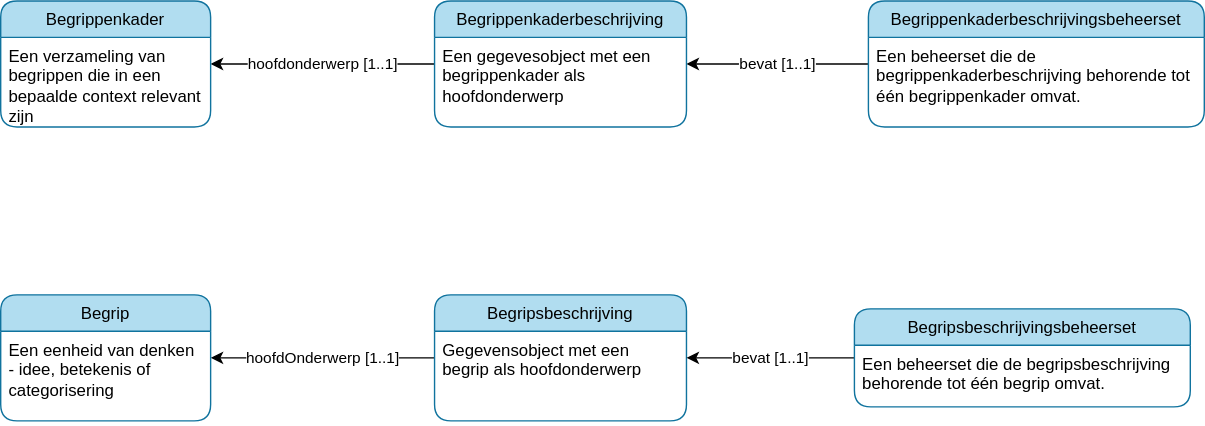
Earlier version of the draw.io export sessies/metadata/versiebeheer/media/versiebeheer.begripsbeschrijving.svg (pldn/nederlands-profiel-voor-stelselcatalogi). Source tidied: cells renumbered, new cells last; positions are measured from the earlier drawing's top-left corner, leaving out a move shared by most shapes.
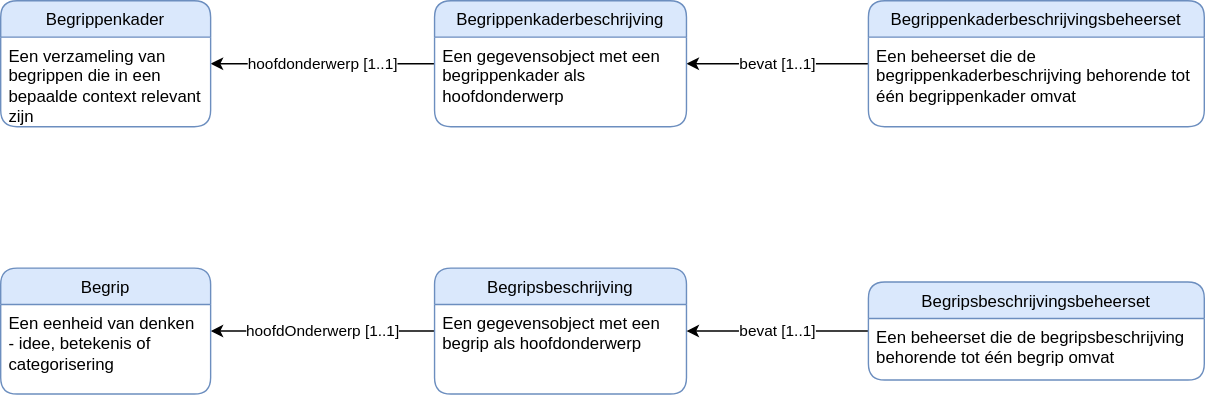
Above is the later version.

Diff of the diagram source:
```diff
@@ -8,46 +8,46 @@
     <mxCell id="3" value="hoofdonderwerp [1..1]" style="edgeStyle=none;html=1;" parent="1" edge="1" source="4" target="12">
       <mxGeometry relative="1" as="geometry" />
     </mxCell>
-    <mxCell id="4" value="Begrippenkaderbeschrijving" style="swimlane;fontStyle=0;horizontal=1;startSize=26;fillColor=#b1ddf0;rounded=1;strokeColor=#10739e;" parent="1" vertex="1">
-      <mxGeometry x="310" width="180" height="90" as="geometry" />
+    <mxCell id="4" value="Begrippenkaderbeschrijving" style="swimlane;fontStyle=0;horizontal=1;startSize=26;fillColor=#dae8fc;rounded=1;strokeColor=#6c8ebf;" parent="1" vertex="1">
+      <mxGeometry x="310" y="29" width="180" height="90" as="geometry" />
     </mxCell>
-    <mxCell id="5" value="Een gegevesobject met een begrippenkader als hoofdonderwerp" style="text;strokeColor=none;fillColor=none;align=left;verticalAlign=top;spacingLeft=4;spacingRight=4;overflow=hidden;whiteSpace=wrap;" parent="4" vertex="1">
+    <mxCell id="5" value="Een gegevensobject met een begrippenkader als hoofdonderwerp" style="text;strokeColor=none;fillColor=none;align=left;verticalAlign=top;spacingLeft=4;spacingRight=4;overflow=hidden;whiteSpace=wrap;" parent="4" vertex="1">
       <mxGeometry y="26" width="180" height="64" as="geometry" />
     </mxCell>
     <mxCell id="6" value="hoofdOnderwerp [1..1]" style="edgeStyle=none;html=1;" parent="1" edge="1" source="7" target="14">
       <mxGeometry relative="1" as="geometry" />
     </mxCell>
-    <mxCell id="7" value="Begripsbeschrijving" style="swimlane;fontStyle=0;horizontal=1;startSize=26;fillColor=#b1ddf0;rounded=1;strokeColor=#10739e;" parent="1" vertex="1">
-      <mxGeometry x="310" y="210" width="180" height="90" as="geometry" />
+    <mxCell id="7" value="Begripsbeschrijving" style="swimlane;fontStyle=0;horizontal=1;startSize=26;fillColor=#dae8fc;rounded=1;strokeColor=#6c8ebf;" parent="1" vertex="1">
+      <mxGeometry x="310" y="220" width="180" height="90" as="geometry" />
     </mxCell>
-    <mxCell id="8" value="Gegevensobject met een begrip als hoofdonderwerp" style="text;strokeColor=none;fillColor=none;align=left;verticalAlign=top;spacingLeft=4;spacingRight=4;overflow=hidden;whiteSpace=wrap;" parent="7" vertex="1">
+    <mxCell id="8" value="Een gegevensobject met een begrip als hoofdonderwerp" style="text;strokeColor=none;fillColor=none;align=left;verticalAlign=top;spacingLeft=4;spacingRight=4;overflow=hidden;whiteSpace=wrap;" parent="7" vertex="1">
       <mxGeometry y="26" width="180" height="64" as="geometry" />
     </mxCell>
     <mxCell id="9" value="bevat [1..1]" style="edgeStyle=none;html=1;" parent="1" edge="1" source="10" target="7">
       <mxGeometry relative="1" as="geometry" />
     </mxCell>
-    <mxCell id="10" value="Begripsbeschrijvingsbeheerset" style="swimlane;fontStyle=0;horizontal=1;startSize=26;fillColor=#b1ddf0;rounded=1;strokeColor=#10739e;" parent="1" vertex="1">
-      <mxGeometry x="610" y="220" width="240" height="70" as="geometry" />
+    <mxCell id="10" value="Begripsbeschrijvingsbeheerset" style="swimlane;fontStyle=0;horizontal=1;startSize=26;fillColor=#dae8fc;rounded=1;strokeColor=#6c8ebf;" parent="1" vertex="1">
+      <mxGeometry x="620" y="230" width="240" height="70" as="geometry" />
     </mxCell>
-    <mxCell id="11" value="Een beheerset die de begripsbeschrijving behorende tot één begrip omvat." style="text;strokeColor=none;fillColor=none;align=left;verticalAlign=top;spacingLeft=4;spacingRight=4;overflow=hidden;whiteSpace=wrap;spacingBottom=0;" parent="10" vertex="1">
+    <mxCell id="11" value="Een beheerset die de begripsbeschrijving behorende tot één begrip omvat" style="text;strokeColor=none;fillColor=none;align=left;verticalAlign=top;spacingLeft=4;spacingRight=4;overflow=hidden;whiteSpace=wrap;spacingBottom=0;" parent="10" vertex="1">
       <mxGeometry y="26" width="240" height="44" as="geometry" />
     </mxCell>
-    <mxCell id="12" value="Begrippenkader" style="swimlane;fontStyle=0;horizontal=1;startSize=26;fillColor=#b1ddf0;rounded=1;strokeColor=#10739e;" parent="1" vertex="1">
-      <mxGeometry width="150" height="90" as="geometry" />
+    <mxCell id="12" value="Begrippenkader" style="swimlane;fontStyle=0;horizontal=1;startSize=26;fillColor=#dae8fc;rounded=1;strokeColor=#6c8ebf;" parent="1" vertex="1">
+      <mxGeometry y="29" width="150" height="90" as="geometry" />
     </mxCell>
     <mxCell id="13" value="Een verzameling van begrippen die in een bepaalde context relevant zijn" style="text;strokeColor=none;fillColor=none;align=left;verticalAlign=top;spacingLeft=4;spacingRight=4;overflow=hidden;whiteSpace=wrap;" parent="12" vertex="1">
       <mxGeometry y="26" width="150" height="64" as="geometry" />
     </mxCell>
-    <mxCell id="14" value="Begrip" style="swimlane;fontStyle=0;horizontal=1;startSize=26;fillColor=#b1ddf0;rounded=1;strokeColor=#10739e;" parent="1" vertex="1">
-      <mxGeometry y="210" width="150" height="90" as="geometry" />
+    <mxCell id="14" value="Begrip" style="swimlane;fontStyle=0;horizontal=1;startSize=26;fillColor=#dae8fc;rounded=1;strokeColor=#6c8ebf;" parent="1" vertex="1">
+      <mxGeometry y="220" width="150" height="90" as="geometry" />
     </mxCell>
     <mxCell id="15" value="Een eenheid van denken - idee, betekenis of categorisering" style="text;strokeColor=none;fillColor=none;align=left;verticalAlign=top;spacingLeft=4;spacingRight=4;overflow=hidden;whiteSpace=wrap;" parent="14" vertex="1">
       <mxGeometry y="26" width="150" height="64" as="geometry" />
     </mxCell>
-    <mxCell id="16" value="Begrippenkaderbeschrijvingsbeheerset" style="swimlane;fontStyle=0;horizontal=1;startSize=26;fillColor=#b1ddf0;rounded=1;strokeColor=#10739e;" parent="1" vertex="1">
-      <mxGeometry x="620" width="240" height="90" as="geometry" />
+    <mxCell id="16" value="Begrippenkaderbeschrijvingsbeheerset" style="swimlane;fontStyle=0;horizontal=1;startSize=26;fillColor=#dae8fc;rounded=1;strokeColor=#6c8ebf;" parent="1" vertex="1">
+      <mxGeometry x="620" y="29" width="240" height="90" as="geometry" />
     </mxCell>
-    <mxCell id="17" value="Een beheerset die de begrippenkaderbeschrijving behorende tot één begrippenkader omvat." style="text;strokeColor=none;fillColor=none;align=left;verticalAlign=top;spacingLeft=4;spacingRight=4;overflow=hidden;whiteSpace=wrap;spacingBottom=0;" parent="16" vertex="1">
+    <mxCell id="17" value="Een beheerset die de begrippenkaderbeschrijving behorende tot één begrippenkader omvat" style="text;strokeColor=none;fillColor=none;align=left;verticalAlign=top;spacingLeft=4;spacingRight=4;overflow=hidden;whiteSpace=wrap;spacingBottom=0;" parent="16" vertex="1">
       <mxGeometry y="26" width="240" height="64" as="geometry" />
     </mxCell>
   </root>
```
